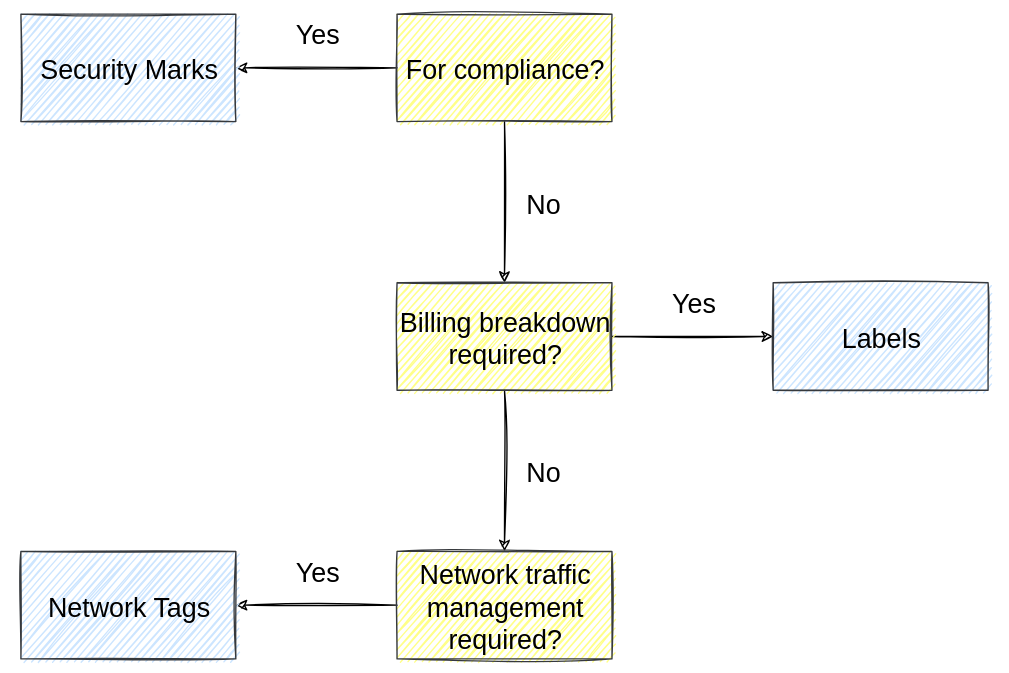
TheRealMattDunn/mattdunn.info keeps this draw.io diagram as content/files/annotations.svg. Above is the earlier version. Source tidied: cells renumbered, new cells last; positions are measured from the earlier drawing's top-left corner, leaving out a move shared by most shapes. Source of this version:
```xml
<mxGraphModel>
  <root>
    <mxCell id="0" />
    <mxCell id="1" parent="0" />
    <mxCell id="2" style="edgeStyle=none;html=1;fontSize=20;" parent="1" edge="1" source="4" target="5">
      <mxGeometry relative="1" as="geometry" />
    </mxCell>
    <mxCell id="3" style="edgeStyle=none;html=1;fontSize=20;" parent="1" edge="1" source="4" target="8">
      <mxGeometry relative="1" as="geometry" />
    </mxCell>
    <mxCell id="4" value="For compliance?" style="rounded=0;whiteSpace=wrap;html=1;fontSize=20;fillColor=#ffff88;strokeColor=#36393d;" parent="1" vertex="1">
      <mxGeometry x="280" width="160" height="80" as="geometry" />
    </mxCell>
    <mxCell id="5" value="Security Marks" style="rounded=0;whiteSpace=wrap;html=1;fontSize=20;fillColor=#cce5ff;strokeColor=#36393d;" parent="1" vertex="1">
      <mxGeometry width="160" height="80" as="geometry" />
    </mxCell>
    <mxCell id="6" style="edgeStyle=none;html=1;fontSize=20;" parent="1" edge="1" source="8" target="9">
      <mxGeometry relative="1" as="geometry" />
    </mxCell>
    <mxCell id="7" style="edgeStyle=none;html=1;fontSize=20;" parent="1" edge="1" source="8" target="11">
      <mxGeometry relative="1" as="geometry" />
    </mxCell>
    <mxCell id="8" value="Billing breakdown required?" style="rounded=0;whiteSpace=wrap;html=1;fontSize=20;fillColor=#ffff88;strokeColor=#36393d;" parent="1" vertex="1">
      <mxGeometry x="280" y="200" width="160" height="80" as="geometry" />
    </mxCell>
    <mxCell id="9" value="Labels" style="rounded=0;whiteSpace=wrap;html=1;fontSize=20;fillColor=#cce5ff;strokeColor=#36393d;" parent="1" vertex="1">
      <mxGeometry x="560" y="200" width="160" height="80" as="geometry" />
    </mxCell>
    <mxCell id="10" style="edgeStyle=none;html=1;fontSize=20;" parent="1" edge="1" source="11" target="12">
      <mxGeometry relative="1" as="geometry" />
    </mxCell>
    <mxCell id="11" value="Network traffic management required?" style="rounded=0;whiteSpace=wrap;html=1;fontSize=20;fillColor=#ffff88;strokeColor=#36393d;" parent="1" vertex="1">
      <mxGeometry x="280" y="400" width="160" height="80" as="geometry" />
    </mxCell>
    <mxCell id="12" value="Network Tags" style="rounded=0;whiteSpace=wrap;html=1;fontSize=20;fillColor=#cce5ff;strokeColor=#36393d;" parent="1" vertex="1">
      <mxGeometry y="400" width="160" height="80" as="geometry" />
    </mxCell>
    <mxCell id="13" value="Yes" style="text;html=1;align=center;verticalAlign=middle;strokeColor=none;fontSize=20;" parent="1" vertex="1">
      <mxGeometry x="199" width="43" height="28" as="geometry" />
    </mxCell>
    <mxCell id="14" value="Yes" style="text;html=1;align=center;verticalAlign=middle;strokeColor=none;fontSize=20;" parent="1" vertex="1">
      <mxGeometry x="479" y="200" width="43" height="28" as="geometry" />
    </mxCell>
    <mxCell id="15" value="Yes" style="text;html=1;align=center;verticalAlign=middle;strokeColor=none;fontSize=20;" parent="1" vertex="1">
      <mxGeometry x="199" y="400" width="43" height="28" as="geometry" />
    </mxCell>
    <mxCell id="16" value="No" style="text;html=1;align=center;verticalAlign=middle;strokeColor=none;fontSize=20;" parent="1" vertex="1">
      <mxGeometry x="370" y="126" width="36" height="28" as="geometry" />
    </mxCell>
    <mxCell id="17" value="No" style="text;html=1;align=center;verticalAlign=middle;strokeColor=none;fontSize=20;" parent="1" vertex="1">
      <mxGeometry x="370" y="326" width="36" height="28" as="geometry" />
    </mxCell>
  </root>
</mxGraphModel>
```
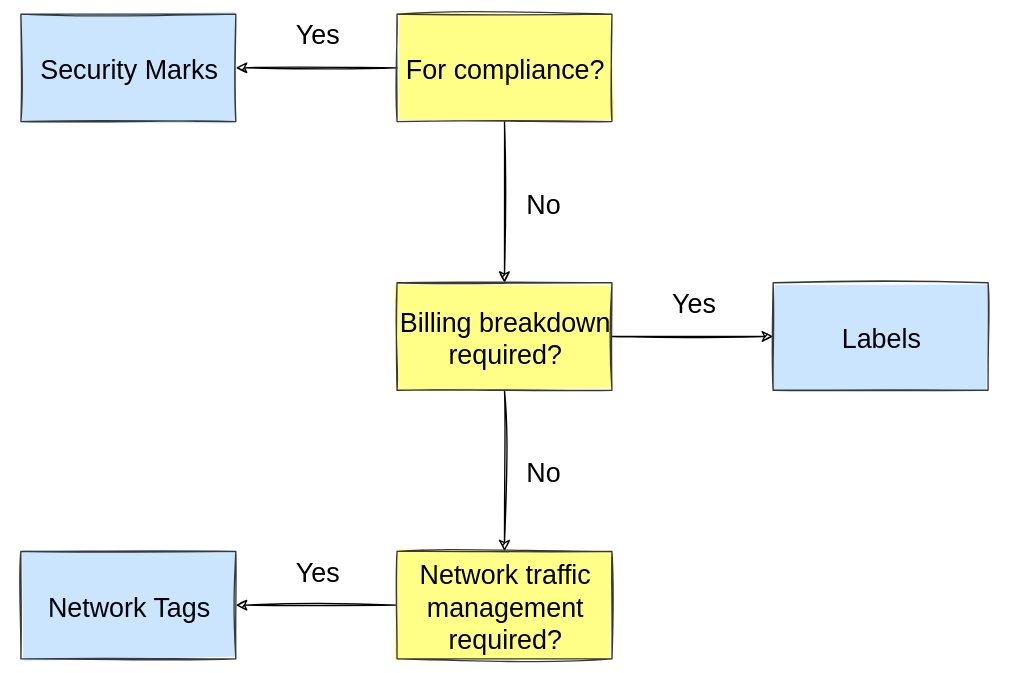
Above is the later version.

Change to the diagram source:
```diff
@@ -8,10 +8,10 @@
     <mxCell id="3" style="edgeStyle=none;html=1;fontSize=20;" parent="1" edge="1" source="4" target="8">
       <mxGeometry relative="1" as="geometry" />
     </mxCell>
-    <mxCell id="4" value="For compliance?" style="rounded=0;whiteSpace=wrap;html=1;fontSize=20;fillColor=#ffff88;strokeColor=#36393d;" parent="1" vertex="1">
+    <mxCell id="4" value="For compliance?" style="rounded=0;whiteSpace=wrap;html=1;fontSize=20;fillColor=#ffff88;strokeColor=#36393d;sketch=1;fillStyle=solid;" parent="1" vertex="1">
       <mxGeometry x="280" width="160" height="80" as="geometry" />
     </mxCell>
-    <mxCell id="5" value="Security Marks" style="rounded=0;whiteSpace=wrap;html=1;fontSize=20;fillColor=#cce5ff;strokeColor=#36393d;" parent="1" vertex="1">
+    <mxCell id="5" value="Security Marks" style="rounded=0;whiteSpace=wrap;html=1;fontSize=20;fillColor=#cce5ff;strokeColor=#36393d;sketch=1;fillStyle=solid;" parent="1" vertex="1">
       <mxGeometry width="160" height="80" as="geometry" />
     </mxCell>
     <mxCell id="6" style="edgeStyle=none;html=1;fontSize=20;" parent="1" edge="1" source="8" target="9">
@@ -20,19 +20,19 @@
     <mxCell id="7" style="edgeStyle=none;html=1;fontSize=20;" parent="1" edge="1" source="8" target="11">
       <mxGeometry relative="1" as="geometry" />
     </mxCell>
-    <mxCell id="8" value="Billing breakdown required?" style="rounded=0;whiteSpace=wrap;html=1;fontSize=20;fillColor=#ffff88;strokeColor=#36393d;" parent="1" vertex="1">
+    <mxCell id="8" value="Billing breakdown required?" style="rounded=0;whiteSpace=wrap;html=1;fontSize=20;fillColor=#ffff88;strokeColor=#36393d;sketch=1;fillStyle=solid;" parent="1" vertex="1">
       <mxGeometry x="280" y="200" width="160" height="80" as="geometry" />
     </mxCell>
-    <mxCell id="9" value="Labels" style="rounded=0;whiteSpace=wrap;html=1;fontSize=20;fillColor=#cce5ff;strokeColor=#36393d;" parent="1" vertex="1">
+    <mxCell id="9" value="Labels" style="rounded=0;whiteSpace=wrap;html=1;fontSize=20;fillColor=#cce5ff;strokeColor=#36393d;sketch=1;fillStyle=solid;" parent="1" vertex="1">
       <mxGeometry x="560" y="200" width="160" height="80" as="geometry" />
     </mxCell>
     <mxCell id="10" style="edgeStyle=none;html=1;fontSize=20;" parent="1" edge="1" source="11" target="12">
       <mxGeometry relative="1" as="geometry" />
     </mxCell>
-    <mxCell id="11" value="Network traffic management required?" style="rounded=0;whiteSpace=wrap;html=1;fontSize=20;fillColor=#ffff88;strokeColor=#36393d;" parent="1" vertex="1">
+    <mxCell id="11" value="Network traffic management required?" style="rounded=0;whiteSpace=wrap;html=1;fontSize=20;fillColor=#ffff88;strokeColor=#36393d;sketch=1;fillStyle=solid;" parent="1" vertex="1">
       <mxGeometry x="280" y="400" width="160" height="80" as="geometry" />
     </mxCell>
-    <mxCell id="12" value="Network Tags" style="rounded=0;whiteSpace=wrap;html=1;fontSize=20;fillColor=#cce5ff;strokeColor=#36393d;" parent="1" vertex="1">
+    <mxCell id="12" value="Network Tags" style="rounded=0;whiteSpace=wrap;html=1;fontSize=20;fillColor=#cce5ff;strokeColor=#36393d;sketch=1;fillStyle=solid;" parent="1" vertex="1">
       <mxGeometry y="400" width="160" height="80" as="geometry" />
     </mxCell>
     <mxCell id="13" value="Yes" style="text;html=1;align=center;verticalAlign=middle;strokeColor=none;fontSize=20;" parent="1" vertex="1">
```
